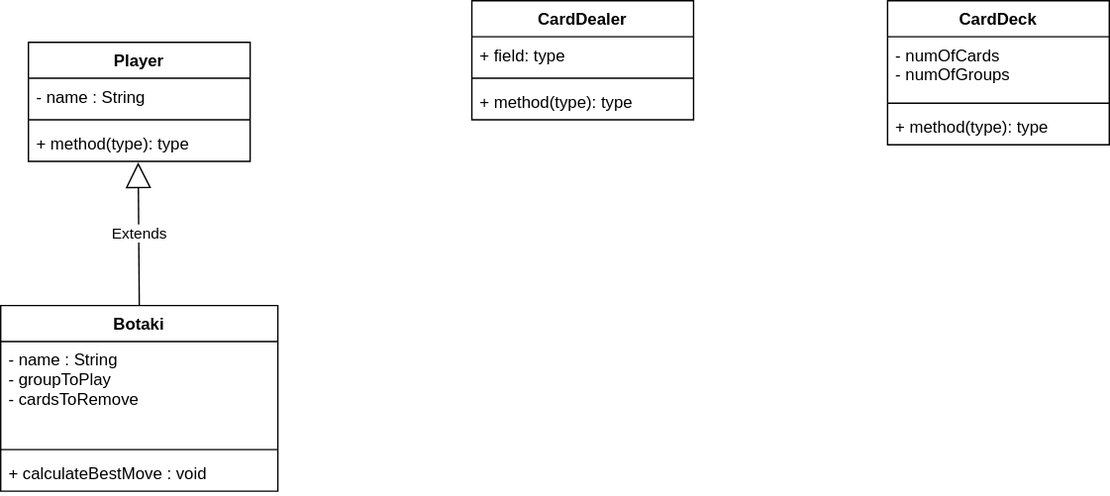
Earlier version of the draw.io export ask2/ask2.drawio.svg (philipAthanasopoulos/Card-io). Source tidied: cells renumbered, new cells last; positions are measured from the earlier drawing's top-left corner, leaving out a move shared by most shapes. Its diagram source:
```xml
<mxGraphModel>
  <root>
    <mxCell id="0" />
    <mxCell id="1" parent="0" />
    <mxCell id="2" value="Player" style="swimlane;fontStyle=1;align=center;verticalAlign=top;horizontal=1;startSize=26;" parent="1" vertex="1">
      <mxGeometry x="20" y="30" width="160" height="86" as="geometry" />
    </mxCell>
    <mxCell id="3" value="- name : String" style="text;strokeColor=none;fillColor=none;align=left;verticalAlign=top;spacingLeft=4;spacingRight=4;overflow=hidden;" parent="2" vertex="1">
      <mxGeometry y="26" width="160" height="26" as="geometry" />
    </mxCell>
    <mxCell id="4" style="line;strokeWidth=1;fillColor=none;align=left;verticalAlign=middle;spacingTop=-1;spacingLeft=3;spacingRight=3;labelPosition=right;strokeColor=inherit;" parent="2" vertex="1">
      <mxGeometry y="52" width="160" height="8" as="geometry" />
    </mxCell>
    <mxCell id="5" value="+ method(type): type" style="text;strokeColor=none;fillColor=none;align=left;verticalAlign=top;spacingLeft=4;spacingRight=4;overflow=hidden;points=[[0,0.5],[1,0.5]];portConstraint=eastwest;" parent="2" vertex="1">
      <mxGeometry y="60" width="160" height="26" as="geometry" />
    </mxCell>
    <mxCell id="6" value="Botaki" style="swimlane;fontStyle=1;align=center;verticalAlign=top;horizontal=1;startSize=26;" parent="1" vertex="1">
      <mxGeometry y="220" width="200" height="134" as="geometry" />
    </mxCell>
    <mxCell id="7" value="- name : String&#10;- groupToPlay&#10;- cardsToRemove" style="text;strokeColor=none;fillColor=none;align=left;verticalAlign=top;spacingLeft=4;spacingRight=4;overflow=hidden;points=[[0,0.5],[1,0.5]];portConstraint=eastwest;" parent="6" vertex="1">
      <mxGeometry y="26" width="200" height="74" as="geometry" />
    </mxCell>
    <mxCell id="8" style="line;strokeWidth=1;fillColor=none;align=left;verticalAlign=middle;spacingTop=-1;spacingLeft=3;spacingRight=3;labelPosition=right;strokeColor=inherit;" parent="6" vertex="1">
      <mxGeometry y="100" width="200" height="8" as="geometry" />
    </mxCell>
    <mxCell id="9" value="+ calculateBestMove : void" style="text;strokeColor=none;fillColor=none;align=left;verticalAlign=top;spacingLeft=4;spacingRight=4;overflow=hidden;" parent="6" vertex="1">
      <mxGeometry y="108" width="200" height="26" as="geometry" />
    </mxCell>
    <mxCell id="10" value="Extends" style="endArrow=block;endSize=16;endFill=0;html=1;exitX=0.5;exitY=0;exitDx=0;exitDy=0;entryX=0.495;entryY=1.029;entryDx=0;entryDy=0;entryPerimeter=0;" parent="1" edge="1" source="6" target="5">
      <mxGeometry relative="1" as="geometry" />
    </mxCell>
    <mxCell id="11" value="CardDealer" style="swimlane;fontStyle=1;align=center;verticalAlign=top;horizontal=1;startSize=26;" parent="1" vertex="1">
      <mxGeometry x="340" width="160" height="86" as="geometry" />
    </mxCell>
    <mxCell id="12" value="+ field: type" style="text;strokeColor=none;fillColor=none;align=left;verticalAlign=top;spacingLeft=4;spacingRight=4;overflow=hidden;points=[[0,0.5],[1,0.5]];portConstraint=eastwest;" parent="11" vertex="1">
      <mxGeometry y="26" width="160" height="26" as="geometry" />
    </mxCell>
    <mxCell id="13" style="line;strokeWidth=1;fillColor=none;align=left;verticalAlign=middle;spacingTop=-1;spacingLeft=3;spacingRight=3;labelPosition=right;strokeColor=inherit;" parent="11" vertex="1">
      <mxGeometry y="52" width="160" height="8" as="geometry" />
    </mxCell>
    <mxCell id="14" value="+ method(type): type" style="text;strokeColor=none;fillColor=none;align=left;verticalAlign=top;spacingLeft=4;spacingRight=4;overflow=hidden;" parent="11" vertex="1">
      <mxGeometry y="60" width="160" height="26" as="geometry" />
    </mxCell>
    <mxCell id="15" value="CardDeck" style="swimlane;fontStyle=1;align=center;verticalAlign=top;horizontal=1;startSize=26;" parent="1" vertex="1">
      <mxGeometry x="640" width="160" height="104" as="geometry" />
    </mxCell>
    <mxCell id="16" value="- numOfCards&#10;- numOfGroups" style="text;strokeColor=none;fillColor=none;align=left;verticalAlign=top;spacingLeft=4;spacingRight=4;overflow=hidden;points=[[0,0.5],[1,0.5]];portConstraint=eastwest;" parent="15" vertex="1">
      <mxGeometry y="26" width="160" height="44" as="geometry" />
    </mxCell>
    <mxCell id="17" style="line;strokeWidth=1;fillColor=none;align=left;verticalAlign=middle;spacingTop=-1;spacingLeft=3;spacingRight=3;labelPosition=right;strokeColor=inherit;" parent="15" vertex="1">
      <mxGeometry y="70" width="160" height="8" as="geometry" />
    </mxCell>
    <mxCell id="18" value="+ method(type): type" style="text;strokeColor=none;fillColor=none;align=left;verticalAlign=top;spacingLeft=4;spacingRight=4;overflow=hidden;points=[[0,0.5],[1,0.5]];portConstraint=eastwest;" parent="15" vertex="1">
      <mxGeometry y="78" width="160" height="26" as="geometry" />
    </mxCell>
  </root>
</mxGraphModel>
```
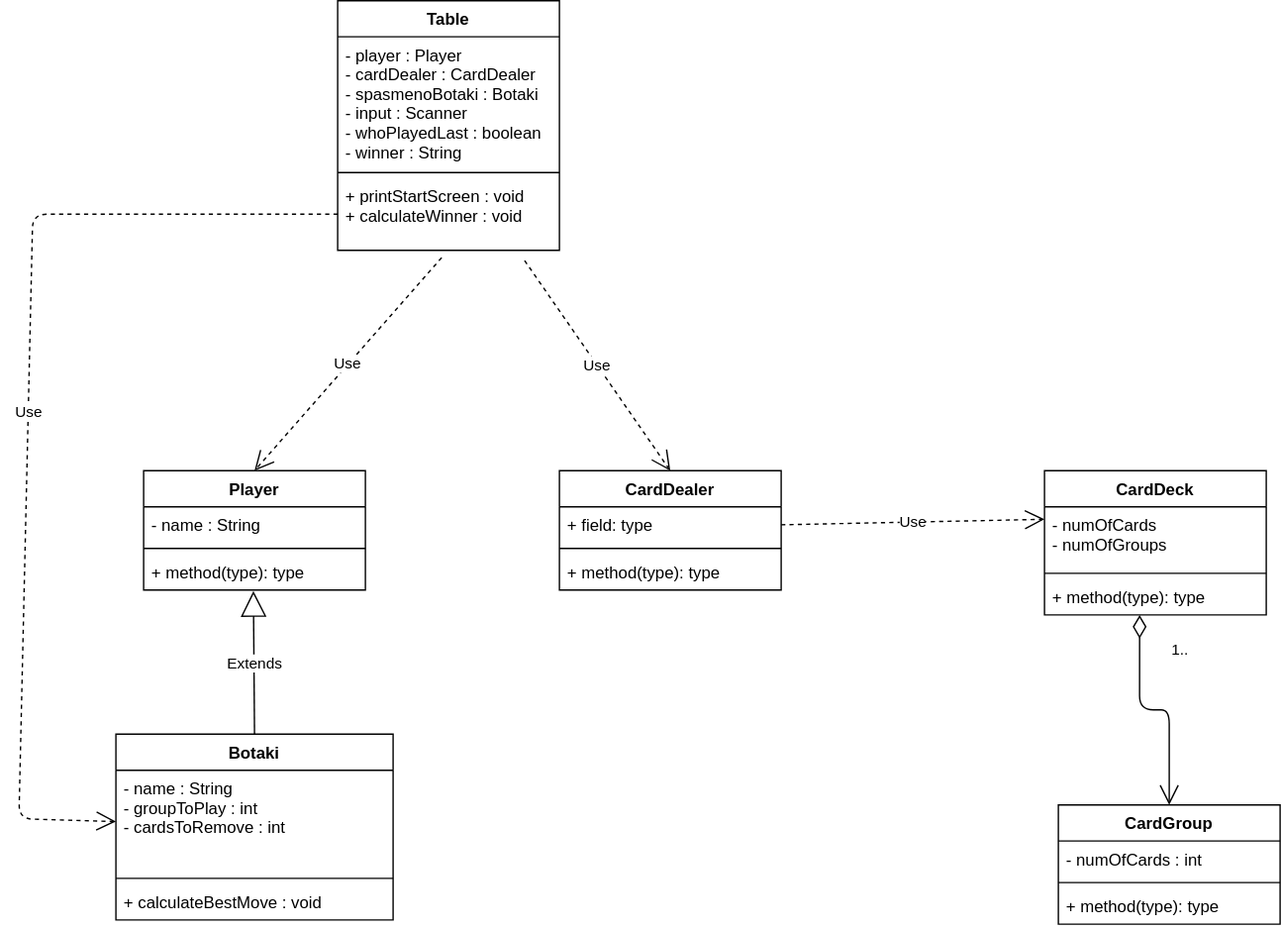
The same diagram one commit later.

Commit message:
added more to UML diagram

Change to the diagram source:
```diff
@@ -3,7 +3,7 @@
     <mxCell id="0" />
     <mxCell id="1" parent="0" />
     <mxCell id="2" value="Player" style="swimlane;fontStyle=1;align=center;verticalAlign=top;horizontal=1;startSize=26;" parent="1" vertex="1">
-      <mxGeometry x="20" y="30" width="160" height="86" as="geometry" />
+      <mxGeometry x="50" y="9" width="160" height="86" as="geometry" />
     </mxCell>
     <mxCell id="3" value="- name : String" style="text;strokeColor=none;fillColor=none;align=left;verticalAlign=top;spacingLeft=4;spacingRight=4;overflow=hidden;" parent="2" vertex="1">
       <mxGeometry y="26" width="160" height="26" as="geometry" />
@@ -15,9 +15,9 @@
       <mxGeometry y="60" width="160" height="26" as="geometry" />
     </mxCell>
     <mxCell id="6" value="Botaki" style="swimlane;fontStyle=1;align=center;verticalAlign=top;horizontal=1;startSize=26;" parent="1" vertex="1">
-      <mxGeometry y="220" width="200" height="134" as="geometry" />
+      <mxGeometry x="30" y="199" width="200" height="134" as="geometry" />
     </mxCell>
-    <mxCell id="7" value="- name : String&#10;- groupToPlay&#10;- cardsToRemove" style="text;strokeColor=none;fillColor=none;align=left;verticalAlign=top;spacingLeft=4;spacingRight=4;overflow=hidden;points=[[0,0.5],[1,0.5]];portConstraint=eastwest;" parent="6" vertex="1">
+    <mxCell id="7" value="- name : String&#10;- groupToPlay : int&#10;- cardsToRemove : int" style="text;strokeColor=none;fillColor=none;align=left;verticalAlign=top;spacingLeft=4;spacingRight=4;overflow=hidden;points=[[0,0.5],[1,0.5]];portConstraint=eastwest;" parent="6" vertex="1">
       <mxGeometry y="26" width="200" height="74" as="geometry" />
     </mxCell>
     <mxCell id="8" style="line;strokeWidth=1;fillColor=none;align=left;verticalAlign=middle;spacingTop=-1;spacingLeft=3;spacingRight=3;labelPosition=right;strokeColor=inherit;" parent="6" vertex="1">
@@ -30,7 +30,7 @@
       <mxGeometry relative="1" as="geometry" />
     </mxCell>
     <mxCell id="11" value="CardDealer" style="swimlane;fontStyle=1;align=center;verticalAlign=top;horizontal=1;startSize=26;" parent="1" vertex="1">
-      <mxGeometry x="340" width="160" height="86" as="geometry" />
+      <mxGeometry x="350" y="9" width="160" height="86" as="geometry" />
     </mxCell>
     <mxCell id="12" value="+ field: type" style="text;strokeColor=none;fillColor=none;align=left;verticalAlign=top;spacingLeft=4;spacingRight=4;overflow=hidden;points=[[0,0.5],[1,0.5]];portConstraint=eastwest;" parent="11" vertex="1">
       <mxGeometry y="26" width="160" height="26" as="geometry" />
@@ -42,7 +42,7 @@
       <mxGeometry y="60" width="160" height="26" as="geometry" />
     </mxCell>
     <mxCell id="15" value="CardDeck" style="swimlane;fontStyle=1;align=center;verticalAlign=top;horizontal=1;startSize=26;" parent="1" vertex="1">
-      <mxGeometry x="640" width="160" height="104" as="geometry" />
+      <mxGeometry x="700" y="9" width="160" height="104" as="geometry" />
     </mxCell>
     <mxCell id="16" value="- numOfCards&#10;- numOfGroups" style="text;strokeColor=none;fillColor=none;align=left;verticalAlign=top;spacingLeft=4;spacingRight=4;overflow=hidden;points=[[0,0.5],[1,0.5]];portConstraint=eastwest;" parent="15" vertex="1">
       <mxGeometry y="26" width="160" height="44" as="geometry" />
@@ -53,5 +53,49 @@
     <mxCell id="18" value="+ method(type): type" style="text;strokeColor=none;fillColor=none;align=left;verticalAlign=top;spacingLeft=4;spacingRight=4;overflow=hidden;points=[[0,0.5],[1,0.5]];portConstraint=eastwest;" parent="15" vertex="1">
       <mxGeometry y="78" width="160" height="26" as="geometry" />
     </mxCell>
+    <mxCell id="19" value="CardGroup" style="swimlane;fontStyle=1;align=center;verticalAlign=top;horizontal=1;startSize=26;" parent="1" vertex="1">
+      <mxGeometry x="710" y="250" width="160" height="86" as="geometry" />
+    </mxCell>
+    <mxCell id="20" value="- numOfCards : int" style="text;strokeColor=none;fillColor=none;align=left;verticalAlign=top;spacingLeft=4;spacingRight=4;overflow=hidden;" parent="19" vertex="1">
+      <mxGeometry y="26" width="160" height="26" as="geometry" />
+    </mxCell>
+    <mxCell id="21" style="line;strokeWidth=1;fillColor=none;align=left;verticalAlign=middle;spacingTop=-1;spacingLeft=3;spacingRight=3;labelPosition=right;strokeColor=inherit;" parent="19" vertex="1">
+      <mxGeometry y="52" width="160" height="8" as="geometry" />
+    </mxCell>
+    <mxCell id="22" value="+ method(type): type" style="text;strokeColor=none;fillColor=none;align=left;verticalAlign=top;spacingLeft=4;spacingRight=4;overflow=hidden;" parent="19" vertex="1">
+      <mxGeometry y="60" width="160" height="26" as="geometry" />
+    </mxCell>
+    <mxCell id="23" value="1.." style="endArrow=open;html=1;endSize=12;startArrow=diamondThin;startSize=14;startFill=0;edgeStyle=orthogonalEdgeStyle;align=left;verticalAlign=bottom;entryX=0.5;entryY=0;entryDx=0;entryDy=0;exitX=0.429;exitY=1;exitDx=0;exitDy=0;exitPerimeter=0;" parent="1" edge="1" source="18" target="19">
+      <mxGeometry x="-0.57" y="21" relative="1" as="geometry" />
+    </mxCell>
+    <mxCell id="24" value="Use" style="endArrow=open;endSize=12;dashed=1;html=1;exitX=1;exitY=0.5;exitDx=0;exitDy=0;entryX=0;entryY=0.205;entryDx=0;entryDy=0;entryPerimeter=0;" parent="1" edge="1" source="12" target="16">
+      <mxGeometry relative="1" as="geometry" />
+    </mxCell>
+    <mxCell id="25" value="Table" style="swimlane;fontStyle=1;align=center;verticalAlign=top;horizontal=1;startSize=26;" parent="1" vertex="1">
+      <mxGeometry x="190" y="-330" width="160" height="180" as="geometry" />
+    </mxCell>
+    <mxCell id="26" value="- player : Player&#10;- cardDealer : CardDealer&#10;- spasmenoBotaki : Botaki&#10;- input : Scanner&#10;- whoPlayedLast : boolean&#10;- winner : String&#10;" style="text;strokeColor=none;fillColor=none;align=left;verticalAlign=top;spacingLeft=4;spacingRight=4;overflow=hidden;" parent="25" vertex="1">
+      <mxGeometry y="26" width="160" height="94" as="geometry" />
+    </mxCell>
+    <mxCell id="27" style="line;strokeWidth=1;fillColor=none;align=left;verticalAlign=middle;spacingTop=-1;spacingLeft=3;spacingRight=3;labelPosition=right;strokeColor=inherit;" parent="25" vertex="1">
+      <mxGeometry y="120" width="160" height="8" as="geometry" />
+    </mxCell>
+    <mxCell id="28" value="+ printStartScreen : void&#10;+ calculateWinner : void&#10;" style="text;strokeColor=none;fillColor=none;align=left;verticalAlign=top;spacingLeft=4;spacingRight=4;overflow=hidden;points=[[0,0.5],[1,0.5]];portConstraint=eastwest;" parent="25" vertex="1">
+      <mxGeometry y="128" width="160" height="52" as="geometry" />
+    </mxCell>
+    <mxCell id="29" value="Use" style="endArrow=open;endSize=12;dashed=1;html=1;exitX=0.469;exitY=1.102;exitDx=0;exitDy=0;exitPerimeter=0;entryX=0.5;entryY=0;entryDx=0;entryDy=0;" parent="1" edge="1" source="28" target="2">
+      <mxGeometry relative="1" as="geometry" />
+    </mxCell>
+    <mxCell id="30" value="Use" style="endArrow=open;endSize=12;dashed=1;html=1;exitX=0.843;exitY=1.143;exitDx=0;exitDy=0;exitPerimeter=0;entryX=0.5;entryY=0;entryDx=0;entryDy=0;" parent="1" edge="1" source="28" target="11">
+      <mxGeometry relative="1" as="geometry" />
+    </mxCell>
+    <mxCell id="31" value="Use" style="endArrow=open;endSize=12;dashed=1;html=1;exitX=0;exitY=0.5;exitDx=0;exitDy=0;entryX=0;entryY=0.5;entryDx=0;entryDy=0;" parent="1" edge="1" source="28" target="7">
+      <mxGeometry relative="1" as="geometry">
+        <Array as="points">
+          <mxPoint x="-30" y="-176" />
+          <mxPoint x="-40" y="260" />
+        </Array>
+      </mxGeometry>
+    </mxCell>
   </root>
 </mxGraphModel>
```
